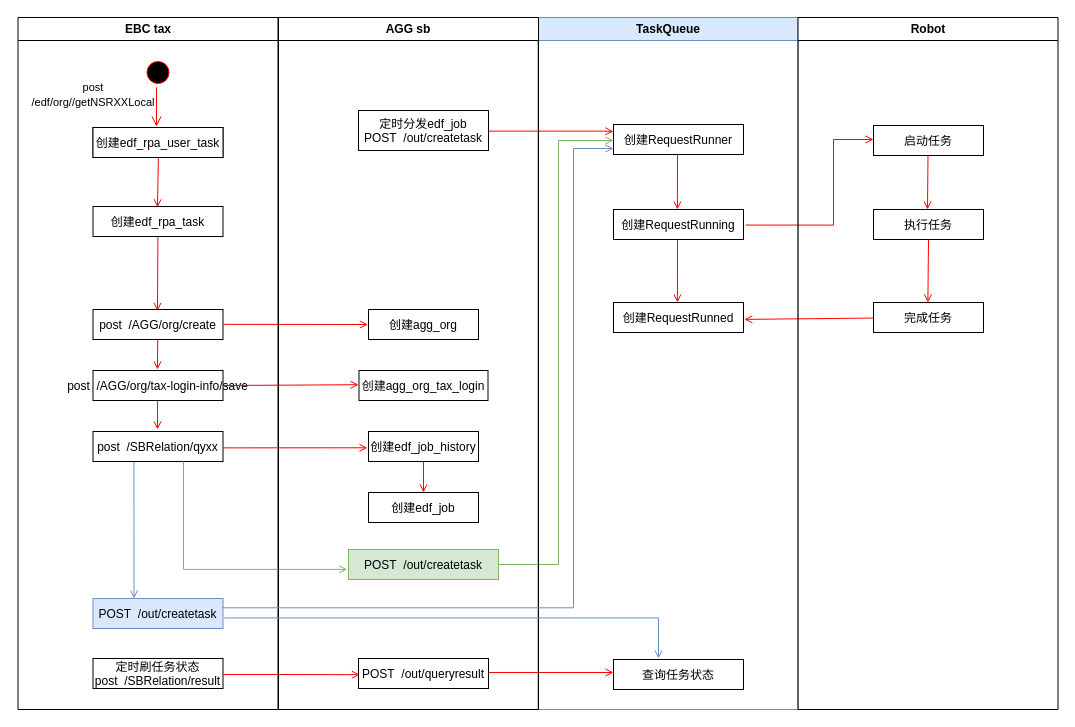
The draw.io diagram 异步任务交互.drawio in xingzhihe/hello-world, before the edit. Source tidied: cells renumbered, new cells numbered last; positions are measured from the earlier drawing's top-left corner, leaving out a move shared by most shapes. Both pictures are drawn from the tidied source at 100%, with x=0, y=0 at pixel (18, 17).
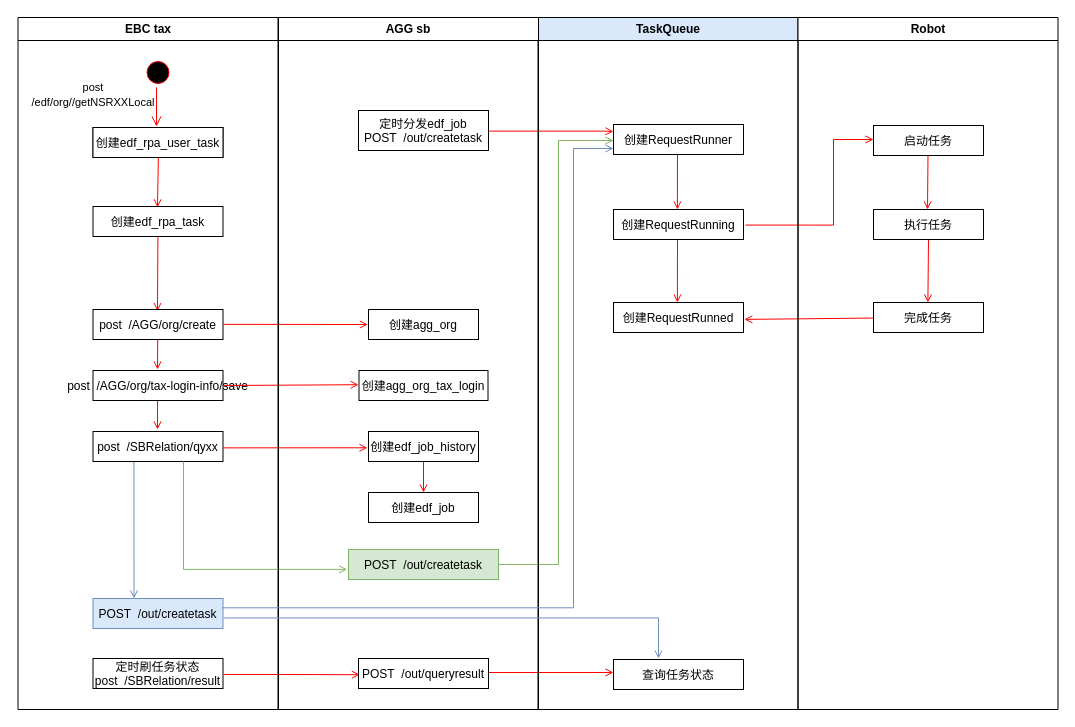
The same diagram, later.

Commit message:
更新异步任务交互.drawio

What changed in the source:
```diff
@@
-    <mxCell id="2" value="TaskQueue" style="swimlane;whiteSpace=wrap;fillColor=#dae8fc;strokeColor=#6c8ebf;" parent="1" vertex="1">
+    <mxCell id="2" value="TaskQueue" style="swimlane;whiteSpace=wrap;fillColor=#dae8fc;strokeColor=#000000;" parent="1" vertex="1">
       <mxGeometry x="519.5" width="260" height="692" as="geometry" />
     </mxCell>
```
